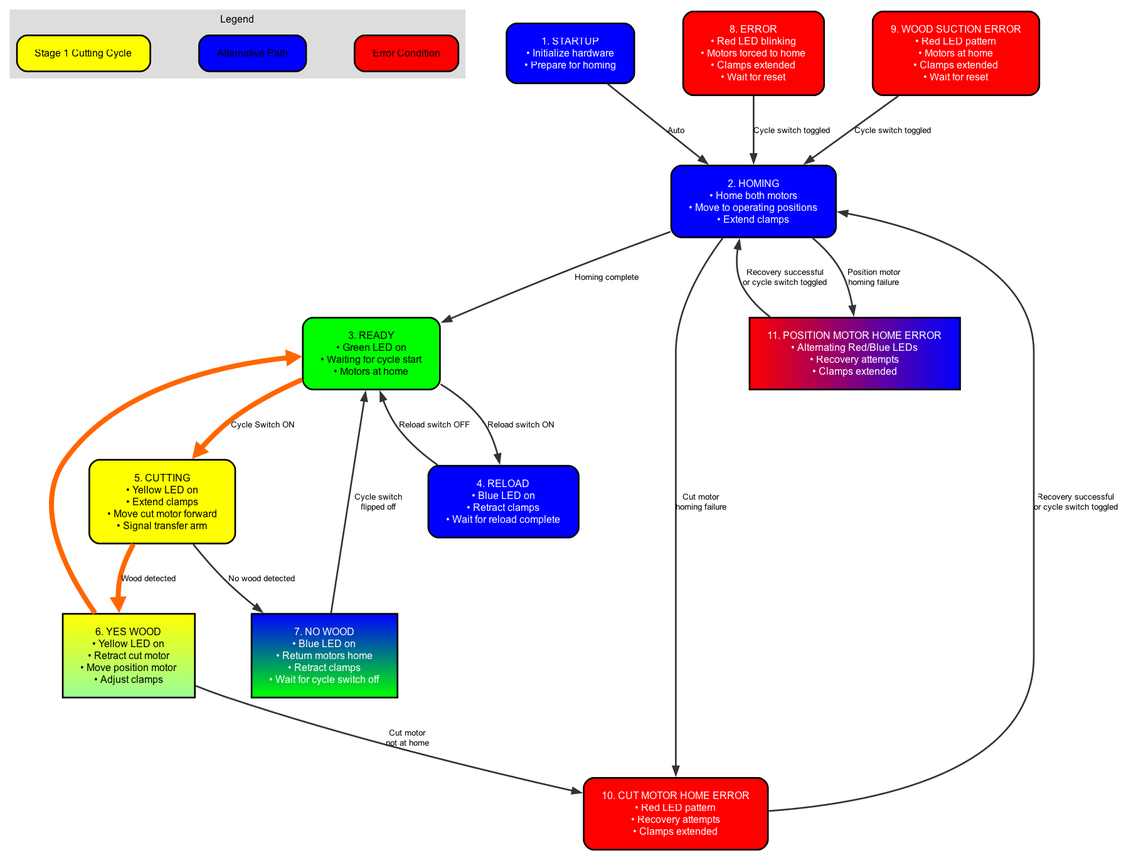
akivaweil/Stage-1-Mar25 keeps this Graphviz diagram as flowcharts/cutting_machine_flowchart.png. Above is the earlier version. Its source is kept beside it as flowcharts/cutting_machine_flowchart.dot.
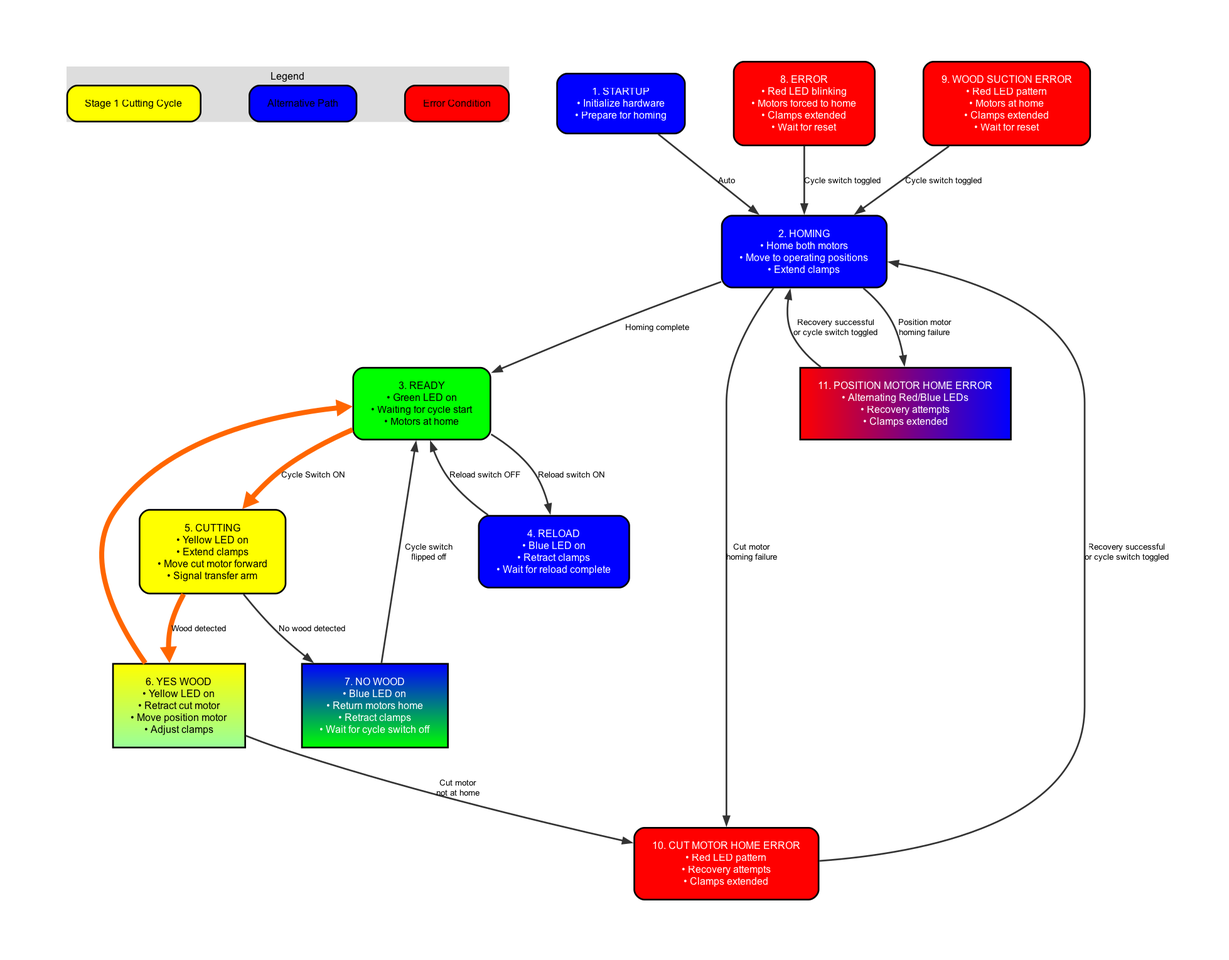
After the change.

Commit message:
Fixed 'STARTUP' text being cut off at the top of the flowchart

What changed in the source:
```diff
@@ -1,5 +1,5 @@
 digraph StateMachine {
-  graph [rankdir=TB, fontname="Arial", nodesep=0.8, ranksep=1.0, splines=true];
+  graph [rankdir=TB, fontname="Arial", nodesep=0.8, ranksep=1.0, splines=true, margin="0.5,0.5", pad="0.5"];
   node [shape=rect, style=rounded, fontname="Arial", fontsize=12, style="filled,rounded", margin="0.3,0.2", penwidth=2.0];
   edge [fontname="Arial", fontsize=10, color="#333333", penwidth=2.0];
 
```
